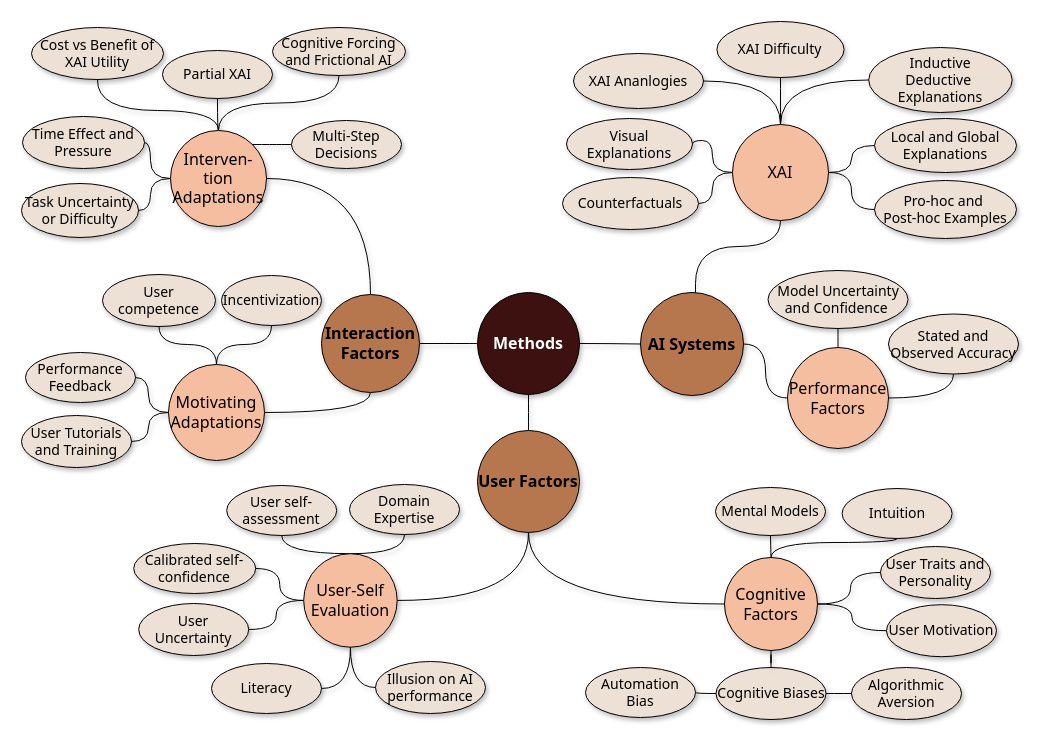
This is ext/chi-rev-method-overview.drawio from raeeschaudhary/Coursera_Exams, a draw.io file, before an edit. Source tidied: cells renumbered, new cells numbered last; positions are measured from the earlier drawing's top-left corner, leaving out a move shared by most shapes. Both pictures are drawn from the tidied source at 100%, with x=0, y=0 at pixel (21, 21).
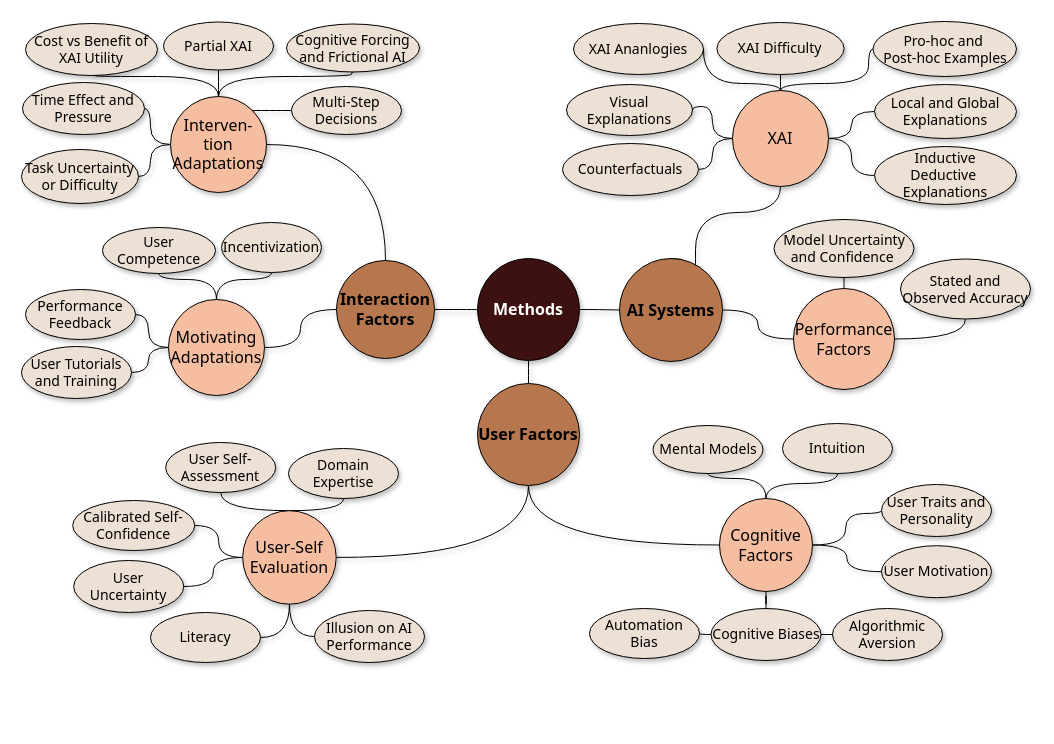
Above is the later version.

Diff of the diagram source:
```diff
@@
     <mxCell id="2" value="Performance Feedback" style="ellipse;whiteSpace=wrap;html=1;fontFamily=Tahoma;fontSize=14;fillColor=#EDE0D4;shadow=1;" parent="1" vertex="1">
-      <mxGeometry x="4" y="331" width="110" height="50" as="geometry" />
+      <mxGeometry x="4" y="268" width="110" height="50" as="geometry" />
     </mxCell>
     <mxCell id="3" value="Incentivization" style="ellipse;whiteSpace=wrap;html=1;fontFamily=Tahoma;fontSize=14;fillColor=#EDE0D4;shadow=1;" parent="1" vertex="1">
-      <mxGeometry x="200" y="254" width="100" height="50" as="geometry" />
+      <mxGeometry x="200" y="201" width="100" height="50" as="geometry" />
     </mxCell>
     <mxCell id="4" value="Local and Global Explanations" style="ellipse;whiteSpace=wrap;html=1;fontFamily=Tahoma;fontSize=14;fillColor=#EDE0D4;shadow=1;" parent="1" vertex="1">
-      <mxGeometry x="853" y="97" width="142" height="54" as="geometry" />
+      <mxGeometry x="853" y="63" width="142" height="54" as="geometry" />
     </mxCell>
     <mxCell id="5" value="Automation Bias" style="ellipse;whiteSpace=wrap;html=1;fontFamily=Tahoma;fontSize=14;fillColor=#EDE0D4;shadow=1;" parent="1" vertex="1">
-      <mxGeometry x="564" y="646" width="110" height="50" as="geometry" />
+      <mxGeometry x="568" y="587" width="110" height="50" as="geometry" />
     </mxCell>
     <mxCell id="6" value="Algorithmic Aversion" style="ellipse;whiteSpace=wrap;html=1;fontFamily=Tahoma;fontSize=14;fillColor=#EDE0D4;shadow=1;" parent="1" vertex="1">
-      <mxGeometry x="830" y="646" width="110" height="52" as="geometry" />
+      <mxGeometry x="811" y="587" width="110" height="52" as="geometry" />
     </mxCell>
     <mxCell id="7" value="Visual&lt;br&gt;&lt;div&gt;Explanations&lt;/div&gt;" style="ellipse;whiteSpace=wrap;html=1;fontFamily=Tahoma;fontSize=14;fillColor=#EDE0D4;shadow=1;" parent="1" vertex="1">
-      <mxGeometry x="545" y="97" width="126" height="51" as="geometry" />
+      <mxGeometry x="545" y="63" width="126" height="51" as="geometry" />
     </mxCell>
     <mxCell id="8" value="Cognitive Forcing and Frictional AI" style="ellipse;whiteSpace=wrap;html=1;fontFamily=Tahoma;fontSize=14;fillColor=#EDE0D4;shadow=1;" parent="1" vertex="1">
-      <mxGeometry x="251" y="6" width="133" height="48" as="geometry" />
+      <mxGeometry x="265" y="2.5" width="133" height="48" as="geometry" />
     </mxCell>
     <mxCell id="9" value="User Tutorials and Training" style="ellipse;whiteSpace=wrap;html=1;fontFamily=Tahoma;fontSize=14;fillColor=#EDE0D4;shadow=1;" parent="1" vertex="1">
-      <mxGeometry y="394" width="110" height="52" as="geometry" />
+      <mxGeometry y="325" width="110" height="52" as="geometry" />
     </mxCell>
     <mxCell id="10" value="Multi-Step Decisions" style="ellipse;whiteSpace=wrap;html=1;fontFamily=Tahoma;fontSize=14;fillColor=#EDE0D4;shadow=1;" parent="1" vertex="1">
-      <mxGeometry x="270" y="99" width="110" height="48" as="geometry" />
+      <mxGeometry x="270" y="65" width="110" height="48" as="geometry" />
     </mxCell>
     <mxCell id="11" value="Time Effect and Pressure" style="ellipse;whiteSpace=wrap;html=1;fontFamily=Tahoma;fontSize=14;fillColor=#EDE0D4;shadow=1;" parent="1" vertex="1">
-      <mxGeometry x="1" y="95" width="122" height="52" as="geometry" />
+      <mxGeometry x="1" y="61" width="122" height="52" as="geometry" />
     </mxCell>
     <mxCell id="12" value="Literacy" style="ellipse;whiteSpace=wrap;html=1;fontFamily=Tahoma;fontSize=14;fillColor=#EDE0D4;shadow=1;" parent="1" vertex="1">
-      <mxGeometry x="190" y="642" width="110" height="50" as="geometry" />
+      <mxGeometry x="129" y="591" width="110" height="50" as="geometry" />
     </mxCell>
     <mxCell id="13" value="Domain Expertise" style="ellipse;whiteSpace=wrap;html=1;fontFamily=Tahoma;fontSize=14;fillColor=#EDE0D4;shadow=1;" parent="1" vertex="1">
-      <mxGeometry x="328" y="463" width="110" height="50" as="geometry" />
+      <mxGeometry x="267" y="427" width="110" height="50" as="geometry" />
     </mxCell>
@@
     <mxCell id="15" value="Cognitive Biases" style="ellipse;whiteSpace=wrap;html=1;fontFamily=Tahoma;fontSize=14;fillColor=#EDE0D4;shadow=1;" parent="1" vertex="1">
-      <mxGeometry x="694.5" y="646" width="110" height="52" as="geometry" />
+      <mxGeometry x="689.5" y="587" width="110" height="52" as="geometry" />
     </mxCell>
     <mxCell id="16" value="Mental Models" style="ellipse;whiteSpace=wrap;html=1;fontFamily=Tahoma;fontSize=14;fillColor=#EDE0D4;shadow=1;" parent="1" vertex="1">
-      <mxGeometry x="694" y="466" width="110" height="48" as="geometry" />
+      <mxGeometry x="631.5" y="404" width="110" height="48" as="geometry" />
     </mxCell>
-    <mxCell id="17" value="Pro-hoc and&amp;nbsp;&lt;div&gt;Post-hoc Examples&lt;/div&gt;" style="ellipse;whiteSpace=wrap;html=1;fontFamily=Tahoma;fontSize=14;fillColor=#EDE0D4;shadow=1;" parent="1" vertex="1">
-      <mxGeometry x="853" y="159" width="142" height="58" as="geometry" />
+    <mxCell id="17" value="Inductive&lt;div&gt;Deductive&amp;nbsp;&lt;/div&gt;&lt;span style=&quot;color: light-dark(rgb(0, 0, 0), rgb(255, 255, 255)); background-color: transparent;&quot;&gt;Explanations&lt;/span&gt;" style="ellipse;whiteSpace=wrap;html=1;fontFamily=Tahoma;fontSize=14;fillColor=#EDE0D4;shadow=1;" parent="1" vertex="1">
+      <mxGeometry x="853" y="125" width="142" height="58" as="geometry" />
     </mxCell>
     <mxCell id="18" value="User Motivation" style="ellipse;whiteSpace=wrap;html=1;fontFamily=Tahoma;fontSize=14;fillColor=#EDE0D4;shadow=1;" parent="1" vertex="1">
-      <mxGeometry x="865" y="583.2" width="110" height="52" as="geometry" />
+      <mxGeometry x="860" y="524.2" width="110" height="52" as="geometry" />
     </mxCell>
     <mxCell id="19" value="Cost vs Benefit of XAI Utility" style="ellipse;whiteSpace=wrap;html=1;fontFamily=Tahoma;fontSize=14;fillColor=#EDE0D4;shadow=1;" parent="1" vertex="1">
-      <mxGeometry x="10" y="6" width="132" height="52" as="geometry" />
+      <mxGeometry x="4" y="2" width="132" height="52" as="geometry" />
     </mxCell>
-    <mxCell id="20" value="User competence" style="ellipse;whiteSpace=wrap;html=1;fontFamily=Tahoma;fontSize=14;fillColor=#EDE0D4;shadow=1;" parent="1" vertex="1">
-      <mxGeometry x="81" y="253" width="113" height="52" as="geometry" />
+    <mxCell id="20" value="User Competence" style="ellipse;whiteSpace=wrap;html=1;fontFamily=Tahoma;fontSize=14;fillColor=#EDE0D4;shadow=1;" parent="1" vertex="1">
+      <mxGeometry x="81" y="206" width="113" height="46" as="geometry" />
     </mxCell>
-    <mxCell id="21" value="User self-assessment" style="ellipse;whiteSpace=wrap;html=1;fontFamily=Tahoma;fontSize=14;fillColor=#EDE0D4;shadow=1;" parent="1" vertex="1">
-      <mxGeometry x="205.2" y="464" width="110" height="50" as="geometry" />
+    <mxCell id="21" value="User Self-Assessment" style="ellipse;whiteSpace=wrap;html=1;fontFamily=Tahoma;fontSize=14;fillColor=#EDE0D4;shadow=1;" parent="1" vertex="1">
+      <mxGeometry x="144.2" y="421" width="110" height="50" as="geometry" />
     </mxCell>
-    <mxCell id="22" value="Illusion on AI performance" style="ellipse;whiteSpace=wrap;html=1;fontFamily=Tahoma;fontSize=14;fillColor=#EDE0D4;shadow=1;" parent="1" vertex="1">
-      <mxGeometry x="354" y="640" width="110" height="52" as="geometry" />
+    <mxCell id="22" value="Illusion on AI Performance" style="ellipse;whiteSpace=wrap;html=1;fontFamily=Tahoma;fontSize=14;fillColor=#EDE0D4;shadow=1;" parent="1" vertex="1">
+      <mxGeometry x="293" y="589" width="110" height="52" as="geometry" />
     </mxCell>
     <mxCell id="23" value="Stated and Observed Accuracy" style="ellipse;whiteSpace=wrap;html=1;fontFamily=Tahoma;fontSize=14;fillColor=#EDE0D4;shadow=1;" parent="1" vertex="1">
-      <mxGeometry x="867" y="292.5" width="130" height="60" as="geometry" />
+      <mxGeometry x="879" y="237.5" width="130" height="60" as="geometry" />
     </mxCell>
     <mxCell id="24" value="XAI Ananlogies" style="ellipse;whiteSpace=wrap;html=1;fontFamily=Tahoma;fontSize=14;fillColor=#EDE0D4;shadow=1;" parent="1" vertex="1">
-      <mxGeometry x="552" y="32" width="130" height="55" as="geometry" />
+      <mxGeometry x="552" y="2" width="130" height="51" as="geometry" />
     </mxCell>
     <mxCell id="25" value="Intuition" style="ellipse;whiteSpace=wrap;html=1;fontFamily=Tahoma;fontSize=14;fillColor=#EDE0D4;shadow=1;" parent="1" vertex="1">
-      <mxGeometry x="820.6" y="467" width="110" height="50" as="geometry" />
+      <mxGeometry x="761" y="402" width="110" height="50" as="geometry" />
     </mxCell>
     <mxCell id="26" value="Model Uncertainty and Confidence&amp;nbsp;" style="ellipse;whiteSpace=wrap;html=1;fontFamily=Tahoma;fontSize=14;fillColor=#EDE0D4;shadow=1;" parent="1" vertex="1">
-      <mxGeometry x="746.5" y="249" width="140" height="58" as="geometry" />
+      <mxGeometry x="752.5" y="198" width="140" height="58" as="geometry" />
     </mxCell>
     <mxCell id="27" value="User Uncertainty" style="ellipse;whiteSpace=wrap;html=1;fontFamily=Tahoma;fontSize=14;fillColor=#EDE0D4;shadow=1;" parent="1" vertex="1">
-      <mxGeometry x="117.2" y="582" width="110" height="52" as="geometry" />
+      <mxGeometry x="52.2" y="539" width="110" height="52" as="geometry" />
     </mxCell>
     <mxCell id="28" value="XAI Difficulty" style="ellipse;whiteSpace=wrap;html=1;fontFamily=Tahoma;fontSize=14;fillColor=#EDE0D4;shadow=1;" parent="1" vertex="1">
-      <mxGeometry x="695.4" width="127.2" height="56" as="geometry" />
+      <mxGeometry x="695.4" y="1" width="127.2" height="52" as="geometry" />
     </mxCell>
-    <mxCell id="29" value="Calibrated self-confidence" style="ellipse;whiteSpace=wrap;html=1;fontFamily=Tahoma;fontSize=14;fillColor=#EDE0D4;shadow=1;" parent="1" vertex="1">
-      <mxGeometry x="112.2" y="522" width="122" height="50" as="geometry" />
+    <mxCell id="29" value="Calibrated Self-Confidence" style="ellipse;whiteSpace=wrap;html=1;fontFamily=Tahoma;fontSize=14;fillColor=#EDE0D4;shadow=1;" parent="1" vertex="1">
+      <mxGeometry x="51.2" y="479" width="122" height="50" as="geometry" />
     </mxCell>
     <mxCell id="30" value="Task Uncertainty or Difficulty" style="ellipse;whiteSpace=wrap;html=1;fontFamily=Tahoma;fontSize=14;fillColor=#EDE0D4;shadow=1;" parent="1" vertex="1">
-      <mxGeometry y="162" width="117" height="54" as="geometry" />
+      <mxGeometry y="128" width="117" height="54" as="geometry" />
     </mxCell>
     <mxCell id="31" value="Partial XAI" style="ellipse;whiteSpace=wrap;html=1;fontFamily=Tahoma;fontSize=14;fillColor=#EDE0D4;shadow=1;" parent="1" vertex="1">
-      <mxGeometry x="141" y="29" width="110" height="48" as="geometry" />
+      <mxGeometry x="142" y="0.5" width="110" height="48" as="geometry" />
     </mxCell>
     <mxCell id="32" value="User Traits and Personality" style="ellipse;whiteSpace=wrap;html=1;fontFamily=Tahoma;fontSize=14;fillColor=#EDE0D4;shadow=1;" parent="1" vertex="1">
-      <mxGeometry x="859" y="525" width="110" height="52" as="geometry" />
+      <mxGeometry x="860" y="463" width="110" height="52" as="geometry" />
     </mxCell>
@@
     <mxCell id="34" style="edgeStyle=orthogonalEdgeStyle;shape=connector;curved=1;rounded=0;jettySize=auto;html=1;exitX=0.5;exitY=0;exitDx=0;exitDy=0;strokeColor=default;align=center;verticalAlign=middle;fontFamily=Helvetica;fontSize=11;fontColor=default;labelBackgroundColor=default;endArrow=none;endFill=0;shadow=1;fillColor=#EDE0D4;entryX=0.5;entryY=1;entryDx=0;entryDy=0;" parent="1" edge="1" source="35" target="80">
       <mxGeometry relative="1" as="geometry">
         <Array as="points">
-          <mxPoint x="671" y="299" />
-          <mxPoint x="674" y="299" />
-          <mxPoint x="674" y="225" />
-          <mxPoint x="759" y="225" />
+          <mxPoint x="671" y="265" />
+          <mxPoint x="674" y="265" />
+          <mxPoint x="674" y="191" />
+          <mxPoint x="759" y="191" />
         </Array>
       </mxGeometry>
     </mxCell>
     <mxCell id="35" value="AI Systems" style="ellipse;whiteSpace=wrap;html=1;fontFamily=Tahoma;fontSize=16;fontStyle=1;fillColor=light-dark(#B6774E,#B9E0A5);strokeColor=light-dark(#000000,#588157);shadow=1;" parent="1" vertex="1">
-      <mxGeometry x="619" y="271" width="103" height="103" as="geometry" />
+      <mxGeometry x="598" y="237" width="103" height="103" as="geometry" />
     </mxCell>
@@
     <mxCell id="38" style="edgeStyle=orthogonalEdgeStyle;shape=connector;curved=1;rounded=0;jettySize=auto;html=1;exitX=0;exitY=0.5;exitDx=0;exitDy=0;strokeColor=default;align=center;verticalAlign=middle;fontFamily=Helvetica;fontSize=11;fontColor=default;labelBackgroundColor=default;endArrow=none;endFill=0;shadow=1;entryX=0.5;entryY=0;entryDx=0;entryDy=0;fillColor=#EDE0D4;" parent="1" edge="1" source="39" target="80">
       <mxGeometry relative="1" as="geometry">
         <Array as="points">
-          <mxPoint x="847" y="59" />
-          <mxPoint x="759" y="59" />
+          <mxPoint x="847" y="62" />
+          <mxPoint x="759" y="62" />
         </Array>
       </mxGeometry>
     </mxCell>
-    <mxCell id="39" value="Inductive&lt;div&gt;Deductive&amp;nbsp;&lt;/div&gt;&lt;span style=&quot;background-color: transparent; color: light-dark(rgb(0, 0, 0), rgb(255, 255, 255));&quot;&gt;Explanations&lt;/span&gt;" style="ellipse;whiteSpace=wrap;html=1;fontFamily=Tahoma;fontSize=14;fillColor=#EDE0D4;shadow=1;" parent="1" vertex="1">
-      <mxGeometry x="847.2" y="26" width="143.5" height="65" as="geometry" />
+    <mxCell id="39" value="Pro-hoc and&amp;nbsp;&lt;br&gt;&lt;span style=&quot;background-color: transparent; color: light-dark(rgb(0, 0, 0), rgb(255, 255, 255));&quot;&gt;Post-hoc Examples&lt;/span&gt;" style="ellipse;whiteSpace=wrap;html=1;fontFamily=Tahoma;fontSize=14;fillColor=#EDE0D4;shadow=1;" parent="1" vertex="1">
+      <mxGeometry x="851.5" width="143.5" height="55" as="geometry" />
     </mxCell>
     <mxCell id="40" value="Counterfactuals" style="ellipse;whiteSpace=wrap;html=1;fontFamily=Tahoma;fontSize=14;fillColor=#EDE0D4;shadow=1;" parent="1" vertex="1">
-      <mxGeometry x="541" y="156" width="136" height="52" as="geometry" />
+      <mxGeometry x="541" y="122" width="136" height="52" as="geometry" />
     </mxCell>
@@
     <mxCell id="43" style="edgeStyle=orthogonalEdgeStyle;shape=connector;curved=1;rounded=0;jettySize=auto;html=1;exitX=0.5;exitY=0;exitDx=0;exitDy=0;entryX=0.5;entryY=1;entryDx=0;entryDy=0;strokeColor=default;align=center;verticalAlign=middle;fontFamily=Helvetica;fontSize=11;fontColor=default;labelBackgroundColor=default;endArrow=none;endFill=0;shadow=1;fillColor=#EDE0D4;" parent="1" edge="1" source="45" target="25">
       <mxGeometry relative="1" as="geometry">
         <Array as="points">
-          <mxPoint x="750" y="521" />
-          <mxPoint x="876" y="521" />
+          <mxPoint x="745" y="462" />
+          <mxPoint x="816" y="462" />
         </Array>
       </mxGeometry>
     </mxCell>
@@
     <mxCell id="45" value="Cognitive Factors" style="ellipse;whiteSpace=wrap;html=1;fontFamily=Tahoma;fontSize=16;fillColor=light-dark(#F6BEA1,#A3B18A);shadow=1;" parent="1" vertex="1">
-      <mxGeometry x="703" y="536" width="93" height="93" as="geometry" />
+      <mxGeometry x="698" y="477" width="93" height="93" as="geometry" />
     </mxCell>
     <mxCell id="46" style="edgeStyle=orthogonalEdgeStyle;shape=connector;curved=1;rounded=0;jettySize=auto;html=1;exitX=0.5;exitY=0;exitDx=0;exitDy=0;entryX=0.5;entryY=1;entryDx=0;entryDy=0;strokeColor=default;align=center;verticalAlign=middle;fontFamily=Helvetica;fontSize=11;fontColor=default;labelBackgroundColor=default;endArrow=none;endFill=0;shadow=1;fillColor=#EDE0D4;" parent="1" edge="1" source="51" target="21">
       <mxGeometry relative="1" as="geometry">
         <Array as="points">
-          <mxPoint x="261" y="532" />
+          <mxPoint x="200" y="489" />
         </Array>
       </mxGeometry>
     </mxCell>
@@
     <mxCell id="49" style="edgeStyle=orthogonalEdgeStyle;shape=connector;curved=1;rounded=0;jettySize=auto;html=1;exitX=0.5;exitY=0;exitDx=0;exitDy=0;entryX=0.5;entryY=1;entryDx=0;entryDy=0;strokeColor=default;align=center;verticalAlign=middle;fontFamily=Helvetica;fontSize=11;fontColor=default;labelBackgroundColor=default;endArrow=none;endFill=0;shadow=1;fillColor=#EDE0D4;" parent="1" edge="1" source="51" target="13">
       <mxGeometry relative="1" as="geometry">
         <Array as="points">
-          <mxPoint x="383" y="532" />
+          <mxPoint x="322" y="489" />
         </Array>
       </mxGeometry>
     </mxCell>
@@
     <mxCell id="51" value="User-Self Evaluation" style="ellipse;whiteSpace=wrap;html=1;fontFamily=Tahoma;fontSize=16;fillColor=light-dark(#F6BEA1,#A3B18A);shadow=1;" parent="1" vertex="1">
-      <mxGeometry x="282.2" y="532.2" width="93.5" height="93.5" as="geometry" />
+      <mxGeometry x="221.2" y="489.2" width="93.5" height="93.5" as="geometry" />
     </mxCell>
@@
     <mxCell id="56" value="Motivating Adaptations" style="ellipse;whiteSpace=wrap;html=1;fontFamily=Tahoma;fontSize=16;fillColor=#F6BEA1;shadow=1;" parent="1" vertex="1">
-      <mxGeometry x="147" y="343" width="96" height="96" as="geometry" />
+      <mxGeometry x="147" y="278" width="96" height="96" as="geometry" />
     </mxCell>
@@
     <mxCell id="58" style="edgeStyle=orthogonalEdgeStyle;shape=connector;curved=1;rounded=0;jettySize=auto;html=1;entryX=0.5;entryY=1;entryDx=0;entryDy=0;strokeColor=default;align=center;verticalAlign=middle;fontFamily=Helvetica;fontSize=11;fontColor=default;labelBackgroundColor=default;endArrow=none;endFill=0;shadow=1;exitX=0.5;exitY=0;exitDx=0;exitDy=0;fillColor=#EDE0D4;" parent="1" edge="1" source="61" target="8">
-      <mxGeometry relative="1" as="geometry" />
+      <mxGeometry relative="1" as="geometry">
+        <Array as="points">
+          <mxPoint x="197" y="55" />
+          <mxPoint x="330" y="55" />
+          <mxPoint x="330" y="50" />
+        </Array>
+      </mxGeometry>
     </mxCell>
@@
     <mxCell id="60" style="edgeStyle=orthogonalEdgeStyle;shape=connector;curved=1;rounded=0;jettySize=auto;html=1;exitX=0.5;exitY=0;exitDx=0;exitDy=0;entryX=0.5;entryY=1;entryDx=0;entryDy=0;strokeColor=default;align=center;verticalAlign=middle;fontFamily=Helvetica;fontSize=11;fontColor=default;labelBackgroundColor=default;endArrow=none;endFill=0;shadow=1;fillColor=#EDE0D4;" parent="1" edge="1" source="61" target="19">
       <mxGeometry relative="1" as="geometry">
         <Array as="points">
-          <mxPoint x="197" y="89" />
-          <mxPoint x="75" y="89" />
+          <mxPoint x="197" y="55" />
+          <mxPoint x="75" y="55" />
         </Array>
       </mxGeometry>
     </mxCell>
     <mxCell id="61" value="Interven-&lt;div&gt;tion Adaptations&lt;/div&gt;" style="ellipse;whiteSpace=wrap;html=1;fontFamily=Tahoma;fontSize=16;fillColor=light-dark(#F6BEA1,#A3B18A);shadow=1;" parent="1" vertex="1">
-      <mxGeometry x="149" y="109" width="96" height="96" as="geometry" />
+      <mxGeometry x="149" y="75" width="96" height="96" as="geometry" />
     </mxCell>
@@
     <mxCell id="66" value="Methods" style="ellipse;whiteSpace=wrap;html=1;fontFamily=Tahoma;fontSize=16;fontStyle=1;shadow=1;fillColor=#3C110F;fontColor=light-dark(#ffffff, #ededed);" parent="1" vertex="1">
-      <mxGeometry x="456" y="271" width="102" height="102" as="geometry" />
+      <mxGeometry x="456" y="237" width="102" height="102" as="geometry" />
     </mxCell>
@@
     <mxCell id="68" value="User Factors" style="ellipse;whiteSpace=wrap;html=1;fontFamily=Tahoma;fontSize=16;fontStyle=1;fillColor=#B6774E;shadow=1;" parent="1" vertex="1">
-      <mxGeometry x="456" y="409" width="102" height="102" as="geometry" />
+      <mxGeometry x="456" y="362" width="102" height="102" as="geometry" />
     </mxCell>
@@
-    <mxCell id="70" style="edgeStyle=orthogonalEdgeStyle;shape=connector;curved=1;rounded=0;jettySize=auto;html=1;exitX=0.5;exitY=1;exitDx=0;exitDy=0;strokeColor=default;align=center;verticalAlign=middle;fontFamily=Helvetica;fontSize=11;fontColor=default;labelBackgroundColor=default;endArrow=none;endFill=0;shadow=1;fillColor=#EDE0D4;" parent="1" edge="1" source="72" target="56">
+    <mxCell id="70" style="edgeStyle=orthogonalEdgeStyle;shape=connector;curved=1;rounded=0;jettySize=auto;html=1;exitX=0;exitY=0.5;exitDx=0;exitDy=0;strokeColor=default;align=center;verticalAlign=middle;fontFamily=Helvetica;fontSize=11;fontColor=default;labelBackgroundColor=default;endArrow=none;endFill=0;shadow=1;fillColor=#EDE0D4;" parent="1" edge="1" source="72" target="56">
       <mxGeometry relative="1" as="geometry" />
     </mxCell>
@@
     <mxCell id="72" value="Interaction Factors" style="ellipse;whiteSpace=wrap;html=1;fontFamily=Tahoma;fontSize=16;fontStyle=1;fillColor=#B6774E;shadow=1;" parent="1" vertex="1">
-      <mxGeometry x="300" y="273" width="98" height="98" as="geometry" />
+      <mxGeometry x="315" y="239" width="98" height="98" as="geometry" />
     </mxCell>
@@
     <mxCell id="75" value="Performance Factors" style="ellipse;whiteSpace=wrap;html=1;fontFamily=Tahoma;fontSize=16;fillColor=light-dark(#F6BEA1,#A3B18A);shadow=1;" parent="1" vertex="1">
-      <mxGeometry x="766" y="326" width="101" height="101" as="geometry" />
+      <mxGeometry x="772" y="267" width="101" height="101" as="geometry" />
     </mxCell>
@@
     <mxCell id="78" style="edgeStyle=orthogonalEdgeStyle;shape=connector;curved=1;rounded=0;jettySize=auto;html=1;exitX=0.5;exitY=0;exitDx=0;exitDy=0;strokeColor=default;align=center;verticalAlign=middle;fontFamily=Helvetica;fontSize=11;fontColor=default;labelBackgroundColor=default;endArrow=none;endFill=0;shadow=1;fillColor=#EDE0D4;entryX=1;entryY=0.5;entryDx=0;entryDy=0;" parent="1" edge="1" source="80" target="24">
       <mxGeometry relative="1" as="geometry">
         <Array as="points">
-          <mxPoint x="759" y="59" />
-          <mxPoint x="681" y="59" />
+          <mxPoint x="759" y="62" />
+          <mxPoint x="681" y="62" />
         </Array>
       </mxGeometry>
     </mxCell>
     <mxCell id="79" style="edgeStyle=orthogonalEdgeStyle;shape=connector;curved=1;rounded=0;jettySize=auto;html=1;exitX=0;exitY=0.5;exitDx=0;exitDy=0;entryX=1;entryY=0.5;entryDx=0;entryDy=0;strokeColor=default;align=center;verticalAlign=middle;fontFamily=Helvetica;fontSize=11;fontColor=default;labelBackgroundColor=default;endArrow=none;endFill=0;shadow=1;fillColor=#EDE0D4;" parent="1" edge="1" source="80" target="7">
       <mxGeometry relative="1" as="geometry">
         <Array as="points">
-          <mxPoint x="691" y="151" />
-          <mxPoint x="691" y="119" />
+          <mxPoint x="691" y="117" />
+          <mxPoint x="691" y="85" />
         </Array>
       </mxGeometry>
     </mxCell>
     <mxCell id="80" value="XAI" style="ellipse;whiteSpace=wrap;html=1;fontFamily=Tahoma;fontSize=16;fillColor=light-dark(#F6BEA1,#A3B18A);shadow=1;" parent="1" vertex="1">
-      <mxGeometry x="711" y="103" width="96" height="96" as="geometry" />
+      <mxGeometry x="711" y="69" width="96" height="96" as="geometry" />
     </mxCell>
@@
     <mxCell id="83" style="edgeStyle=orthogonalEdgeStyle;shape=connector;curved=1;rounded=0;jettySize=auto;html=1;exitX=1;exitY=0.5;exitDx=0;exitDy=0;entryX=0;entryY=0.5;entryDx=0;entryDy=0;strokeColor=default;align=center;verticalAlign=middle;fontFamily=Helvetica;fontSize=11;fontColor=default;labelBackgroundColor=default;endArrow=none;endFill=0;shadow=1;fillColor=#EDE0D4;" parent="1" edge="1" source="45" target="32">
       <mxGeometry relative="1" as="geometry">
         <Array as="points">
-          <mxPoint x="829" y="583" />
-          <mxPoint x="829" y="551" />
+          <mxPoint x="824" y="524" />
+          <mxPoint x="824" y="492" />
         </Array>
       </mxGeometry>
     </mxCell>
```
